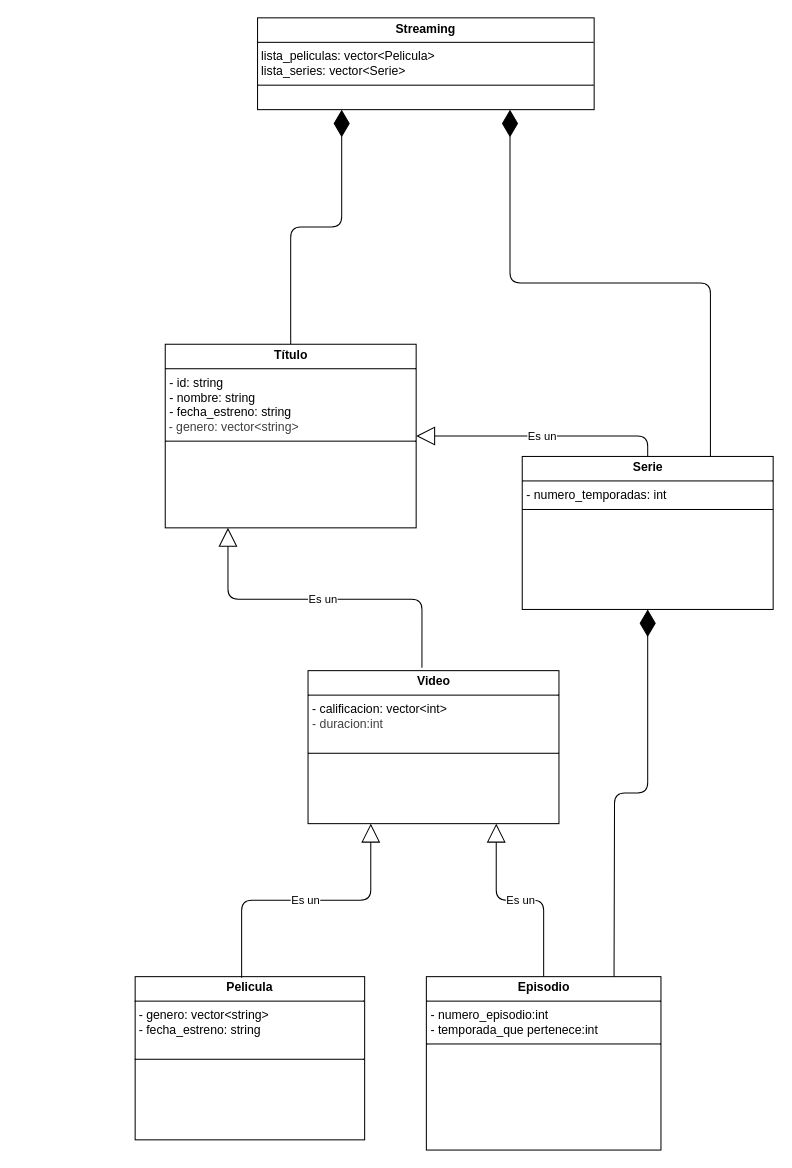
This is integrador-JuanManuelSanchezVelazquez-main/SegundaEntrega/version2.drawio from A01802469/Proyecto-POO, a draw.io file, before an edit. Source tidied: cells renumbered, new cells numbered last; positions are measured from the earlier drawing's top-left corner, leaving out a move shared by most shapes. Both pictures are drawn from the tidied source at 102%, with x=0, y=0 at pixel (135, 17).
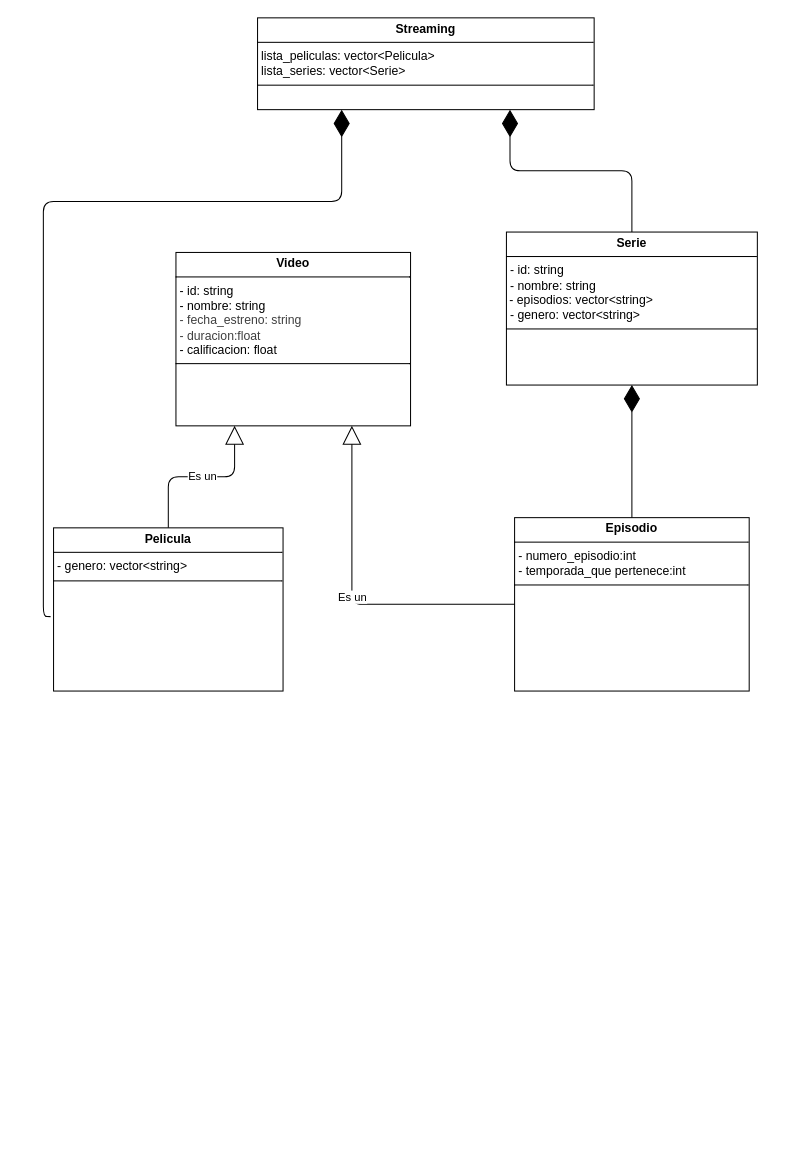
The same page after the edit.

Commit message:
Entrega 2 (listo)

The edit, as a diff of the source:
```diff
@@
 <mxGraphModel>
   <root>
     <mxCell id="0" />
     <mxCell id="1" parent="0" />
     <mxCell id="2" value="&lt;p style=&quot;margin:0px;margin-top:4px;text-align:center;&quot;&gt;&lt;b&gt;Streaming&lt;/b&gt;&lt;/p&gt;&lt;hr size=&quot;1&quot; style=&quot;border-style:solid;&quot;&gt;&lt;p style=&quot;margin:0px;margin-left:4px;&quot;&gt;lista_peliculas: vector&amp;lt;Pelicula&amp;gt;&lt;/p&gt;&lt;p style=&quot;margin:0px;margin-left:4px;&quot;&gt;lista_series: vector&amp;lt;Serie&amp;gt;&lt;/p&gt;&lt;hr size=&quot;1&quot; style=&quot;border-style:solid;&quot;&gt;&lt;p style=&quot;margin:0px;margin-left:4px;&quot;&gt;&lt;br&gt;&lt;/p&gt;" style="verticalAlign=top;align=left;overflow=fill;html=1;whiteSpace=wrap;" parent="1" vertex="1">
       <mxGeometry x="120" width="330" height="90" as="geometry" />
     </mxCell>
-    <mxCell id="3" value="&lt;p style=&quot;margin:0px;margin-top:4px;text-align:center;&quot;&gt;&lt;b&gt;Serie&lt;/b&gt;&lt;/p&gt;&lt;hr size=&quot;1&quot; style=&quot;border-style:solid;&quot;&gt;&lt;p style=&quot;margin: 0px 0px 0px 4px;&quot;&gt;&lt;span style=&quot;background-color: transparent;&quot;&gt;- numero_temporadas: int&lt;/span&gt;&lt;/p&gt;&lt;div&gt;&lt;p style=&quot;margin: 0px 0px 0px 4px;&quot;&gt;&lt;span style=&quot;color: rgb(63, 63, 63);&quot;&gt;&lt;/span&gt;&lt;/p&gt;&lt;hr size=&quot;1&quot; style=&quot;border-style:solid;&quot;&gt;&lt;p style=&quot;margin:0px;margin-left:4px;&quot;&gt;&lt;br&gt;&lt;/p&gt;&lt;/div&gt;" style="verticalAlign=top;align=left;overflow=fill;html=1;whiteSpace=wrap;" parent="1" vertex="1">
-      <mxGeometry x="379.5" y="430" width="246" height="150" as="geometry" />
-    </mxCell>
-    <mxCell id="4" value="&lt;p style=&quot;margin:0px;margin-top:4px;text-align:center;&quot;&gt;&lt;b&gt;Pelicula&lt;/b&gt;&lt;/p&gt;&lt;hr size=&quot;1&quot; style=&quot;border-style:solid;&quot;&gt;&lt;p style=&quot;margin: 0px 0px 0px 4px;&quot;&gt;&lt;span style=&quot;background-color: transparent;&quot;&gt;- genero: vector&amp;lt;string&amp;gt;&lt;/span&gt;&lt;/p&gt;&lt;p style=&quot;margin: 0px 0px 0px 4px;&quot;&gt;&lt;span style=&quot;background-color: transparent;&quot;&gt;- fecha_estreno: string&lt;/span&gt;&lt;/p&gt;&lt;p style=&quot;margin: 0px 0px 0px 4px;&quot;&gt;&lt;br&gt;&lt;/p&gt;&lt;hr size=&quot;1&quot; style=&quot;border-style:solid;&quot;&gt;&lt;p style=&quot;margin:0px;margin-left:4px;&quot;&gt;&lt;br&gt;&lt;/p&gt;" style="verticalAlign=top;align=left;overflow=fill;html=1;whiteSpace=wrap;" parent="1" vertex="1">
-      <mxGeometry y="940" width="225" height="160" as="geometry" />
-    </mxCell>
+    <mxCell id="15" value="&lt;p style=&quot;margin:0px;margin-top:4px;text-align:center;&quot;&gt;&lt;b&gt;Serie&lt;/b&gt;&lt;/p&gt;&lt;hr size=&quot;1&quot; style=&quot;border-style:solid;&quot;&gt;&lt;p style=&quot;margin: 0px 0px 0px 4px;&quot;&gt;- id: string&lt;/p&gt;&lt;p style=&quot;margin: 0px 0px 0px 4px;&quot;&gt;- nombre: string&lt;/p&gt;&amp;nbsp;- episodios: vector&amp;lt;string&amp;gt;&lt;div&gt;&lt;p style=&quot;margin: 0px 0px 0px 4px;&quot;&gt;- genero: vector&amp;lt;string&amp;gt;&lt;/p&gt;&lt;p style=&quot;margin: 0px 0px 0px 4px;&quot;&gt;&lt;span style=&quot;color: rgb(63, 63, 63);&quot;&gt;&lt;/span&gt;&lt;/p&gt;&lt;hr size=&quot;1&quot; style=&quot;border-style:solid;&quot;&gt;&lt;p style=&quot;margin:0px;margin-left:4px;&quot;&gt;&lt;br&gt;&lt;/p&gt;&lt;/div&gt;" style="verticalAlign=top;align=left;overflow=fill;html=1;whiteSpace=wrap;" parent="1" vertex="1">
+      <mxGeometry x="364" y="210" width="246" height="150" as="geometry" />
+    </mxCell>
+    <mxCell id="16" value="&lt;p style=&quot;margin:0px;margin-top:4px;text-align:center;&quot;&gt;&lt;b&gt;Pelicula&lt;/b&gt;&lt;/p&gt;&lt;hr size=&quot;1&quot; style=&quot;border-style:solid;&quot;&gt;&lt;p style=&quot;margin: 0px 0px 0px 4px;&quot;&gt;&lt;span style=&quot;background-color: transparent;&quot;&gt;- genero: vector&amp;lt;string&amp;gt;&lt;/span&gt;&lt;/p&gt;&lt;hr size=&quot;1&quot; style=&quot;border-style:solid;&quot;&gt;&lt;p style=&quot;margin:0px;margin-left:4px;&quot;&gt;&lt;br&gt;&lt;/p&gt;" style="verticalAlign=top;align=left;overflow=fill;html=1;whiteSpace=wrap;" parent="1" vertex="1">
+      <mxGeometry x="-80" y="500" width="225" height="160" as="geometry" />
+    </mxCell>
     <mxCell id="5" value="&lt;p style=&quot;margin:0px;margin-top:4px;text-align:center;&quot;&gt;&lt;b&gt;Episodio&lt;/b&gt;&lt;/p&gt;&lt;hr size=&quot;1&quot; style=&quot;border-style:solid;&quot;&gt;&lt;p style=&quot;margin:0px;margin-left:4px;&quot;&gt;&lt;span style=&quot;background-color: transparent;&quot;&gt;- numero_episodio:int&lt;/span&gt;&lt;/p&gt;&lt;p style=&quot;margin:0px;margin-left:4px;&quot;&gt;- temporada_que pertenece:int&lt;/p&gt;&lt;hr size=&quot;1&quot; style=&quot;border-style:solid;&quot;&gt;&lt;p style=&quot;margin:0px;margin-left:4px;&quot;&gt;&lt;br&gt;&lt;/p&gt;" style="verticalAlign=top;align=left;overflow=fill;html=1;whiteSpace=wrap;" parent="1" vertex="1">
-      <mxGeometry x="285.5" y="940" width="230" height="170" as="geometry" />
+      <mxGeometry x="372" y="490" width="230" height="170" as="geometry" />
     </mxCell>
-    <mxCell id="6" value="Es un" style="endArrow=block;endSize=16;endFill=0;html=1;edgeStyle=orthogonalEdgeStyle;exitX=0.5;exitY=0;exitDx=0;exitDy=0;entryX=0.75;entryY=1;entryDx=0;entryDy=0;" parent="1" edge="1" source="5" target="7">
-      <mxGeometry relative="1" as="geometry" />
-    </mxCell>
-    <mxCell id="7" value="&lt;p style=&quot;margin:0px;margin-top:4px;text-align:center;&quot;&gt;&lt;b&gt;Video&lt;/b&gt;&lt;/p&gt;&lt;hr size=&quot;1&quot; style=&quot;border-style:solid;&quot;&gt;&lt;p style=&quot;margin: 0px 0px 0px 4px;&quot;&gt;&lt;span style=&quot;background-color: transparent;&quot;&gt;- calificacion: vector&amp;lt;int&amp;gt;&lt;/span&gt;&lt;/p&gt;&lt;p style=&quot;margin: 0px 0px 0px 4px;&quot;&gt;&lt;span style=&quot;color: rgb(63, 63, 63);&quot;&gt;- duracion:int&lt;/span&gt;&lt;/p&gt;&lt;div&gt;&lt;br&gt;&lt;/div&gt;&lt;div&gt;&lt;p style=&quot;margin: 0px 0px 0px 4px;&quot;&gt;&lt;span style=&quot;color: rgb(63, 63, 63);&quot;&gt;&lt;/span&gt;&lt;/p&gt;&lt;hr size=&quot;1&quot; style=&quot;border-style:solid;&quot;&gt;&lt;p style=&quot;margin:0px;margin-left:4px;&quot;&gt;&lt;br&gt;&lt;/p&gt;&lt;/div&gt;" style="verticalAlign=top;align=left;overflow=fill;html=1;whiteSpace=wrap;" parent="1" vertex="1">
-      <mxGeometry x="169.5" y="640" width="246" height="150" as="geometry" />
-    </mxCell>
-    <mxCell id="8" value="&lt;p style=&quot;margin:0px;margin-top:4px;text-align:center;&quot;&gt;&lt;b&gt;Título&lt;/b&gt;&lt;/p&gt;&lt;hr size=&quot;1&quot; style=&quot;border-style:solid;&quot;&gt;&lt;p style=&quot;margin: 0px 0px 0px 4px;&quot;&gt;- id: string&lt;/p&gt;&lt;p style=&quot;margin: 0px 0px 0px 4px;&quot;&gt;- nombre: string&lt;/p&gt;&lt;p style=&quot;margin: 0px 0px 0px 4px;&quot;&gt;&lt;span style=&quot;color: rgb(63, 63, 63);&quot;&gt;&lt;/span&gt;&lt;/p&gt;&lt;p style=&quot;margin: 0px 0px 0px 4px;&quot;&gt;&lt;span style=&quot;background-color: transparent;&quot;&gt;- fecha_estreno: string&lt;/span&gt;&lt;/p&gt;&lt;div&gt;&lt;span style=&quot;color: rgb(63, 63, 63);&quot;&gt;&amp;nbsp;- genero: vector&amp;lt;string&amp;gt;&lt;/span&gt;&lt;/div&gt;&lt;div&gt;&lt;p style=&quot;margin: 0px 0px 0px 4px;&quot;&gt;&lt;span style=&quot;color: rgb(63, 63, 63);&quot;&gt;&lt;/span&gt;&lt;/p&gt;&lt;hr size=&quot;1&quot; style=&quot;border-style:solid;&quot;&gt;&lt;p style=&quot;margin:0px;margin-left:4px;&quot;&gt;&lt;br&gt;&lt;/p&gt;&lt;/div&gt;" style="verticalAlign=top;align=left;overflow=fill;html=1;whiteSpace=wrap;" parent="1" vertex="1">
-      <mxGeometry x="29.5" y="320" width="246" height="180" as="geometry" />
-    </mxCell>
-    <mxCell id="9" value="Es un" style="endArrow=block;endSize=16;endFill=0;html=1;edgeStyle=orthogonalEdgeStyle;exitX=0.464;exitY=0.006;exitDx=0;exitDy=0;entryX=0.25;entryY=1;entryDx=0;entryDy=0;exitPerimeter=0;" parent="1" edge="1" source="4" target="7">
-      <mxGeometry relative="1" as="geometry" />
-    </mxCell>
-    <mxCell id="10" value="Es un" style="endArrow=block;endSize=16;endFill=0;html=1;exitX=0.454;exitY=-0.019;exitDx=0;exitDy=0;exitPerimeter=0;entryX=0.25;entryY=1;entryDx=0;entryDy=0;edgeStyle=orthogonalEdgeStyle;" parent="1" edge="1" source="7" target="8">
-      <mxGeometry relative="1" as="geometry" />
-    </mxCell>
-    <mxCell id="11" style="endArrow=diamondThin;endFill=1;endSize=24;html=1;entryX=0.5;entryY=1;entryDx=0;entryDy=0;edgeStyle=orthogonalEdgeStyle;" parent="1" edge="1" target="3">
-      <mxGeometry relative="1" as="geometry">
-        <mxPoint x="469.5" y="940" as="sourcePoint" />
-      </mxGeometry>
-    </mxCell>
-    <mxCell id="12" value="Es un" style="endArrow=block;endSize=16;endFill=0;html=1;exitX=0.5;exitY=0;exitDx=0;exitDy=0;entryX=1;entryY=0.5;entryDx=0;entryDy=0;edgeStyle=orthogonalEdgeStyle;" parent="1" edge="1" source="3" target="8">
-      <mxGeometry relative="1" as="geometry" />
-    </mxCell>
-    <mxCell id="13" style="endArrow=diamondThin;endFill=1;endSize=24;html=1;exitX=0.75;exitY=0;exitDx=0;exitDy=0;entryX=0.75;entryY=1;entryDx=0;entryDy=0;edgeStyle=orthogonalEdgeStyle;" parent="1" edge="1" source="3" target="2">
-      <mxGeometry relative="1" as="geometry" />
-    </mxCell>
-    <mxCell id="14" style="endArrow=diamondThin;endFill=1;endSize=24;html=1;exitX=0.5;exitY=0;exitDx=0;exitDy=0;entryX=0.25;entryY=1;entryDx=0;entryDy=0;edgeStyle=orthogonalEdgeStyle;" parent="1" edge="1" source="8" target="2">
-      <mxGeometry relative="1" as="geometry" />
-    </mxCell>
+    <mxCell id="17" style="endArrow=diamondThin;endFill=1;endSize=24;html=1;entryX=0.25;entryY=1;entryDx=0;entryDy=0;exitX=-0.013;exitY=0.544;exitDx=0;exitDy=0;edgeStyle=orthogonalEdgeStyle;exitPerimeter=0;" parent="1" edge="1" source="16" target="2">
+      <mxGeometry relative="1" as="geometry">
+        <Array as="points">
+          <mxPoint x="-90" y="587" />
+          <mxPoint x="-90" y="180" />
+          <mxPoint x="203" y="180" />
+        </Array>
+      </mxGeometry>
+    </mxCell>
+    <mxCell id="18" style="endArrow=diamondThin;endFill=1;endSize=24;html=1;entryX=0.75;entryY=1;entryDx=0;entryDy=0;exitX=0.5;exitY=0;exitDx=0;exitDy=0;edgeStyle=orthogonalEdgeStyle;" parent="1" edge="1" source="15" target="2">
+      <mxGeometry relative="1" as="geometry" />
+    </mxCell>
+    <mxCell id="19" style="endArrow=diamondThin;endFill=1;endSize=24;html=1;entryX=0.5;entryY=1;entryDx=0;entryDy=0;exitX=0.5;exitY=0;exitDx=0;exitDy=0;" parent="1" edge="1" source="5" target="15">
+      <mxGeometry relative="1" as="geometry" />
+    </mxCell>
+    <mxCell id="20" value="&lt;p style=&quot;margin:0px;margin-top:4px;text-align:center;&quot;&gt;&lt;b&gt;Video&lt;/b&gt;&lt;/p&gt;&lt;hr size=&quot;1&quot; style=&quot;border-style:solid;&quot;&gt;&lt;p style=&quot;margin:0px;margin-left:4px;&quot;&gt;- id: string&lt;/p&gt;&lt;p style=&quot;margin:0px;margin-left:4px;&quot;&gt;- nombre: string&lt;/p&gt;&lt;p style=&quot;margin:0px;margin-left:4px;&quot;&gt;&lt;span style=&quot;color: rgb(63, 63, 63);&quot;&gt;&lt;span style=&quot;color: rgb(63, 63, 63);&quot;&gt;- fecha_estreno: string&lt;/span&gt;&lt;/span&gt;&lt;/p&gt;&lt;p style=&quot;margin:0px;margin-left:4px;&quot;&gt;&lt;span style=&quot;color: rgb(63, 63, 63);&quot;&gt;- duracion:float&lt;/span&gt;&lt;/p&gt;&lt;p style=&quot;margin: 0px 0px 0px 4px;&quot;&gt;&lt;span style=&quot;background-color: transparent;&quot;&gt;- calificacion: float&lt;/span&gt;&lt;/p&gt;&lt;hr size=&quot;1&quot; style=&quot;border-style:solid;&quot;&gt;&lt;p style=&quot;margin:0px;margin-left:4px;&quot;&gt;&lt;br&gt;&lt;/p&gt;" style="verticalAlign=top;align=left;overflow=fill;html=1;whiteSpace=wrap;" parent="1" vertex="1">
+      <mxGeometry x="40" y="230" width="230" height="170" as="geometry" />
+    </mxCell>
+    <mxCell id="21" value="Es un" style="endArrow=block;endSize=16;endFill=0;html=1;exitX=0.5;exitY=0;exitDx=0;exitDy=0;entryX=0.25;entryY=1;entryDx=0;entryDy=0;edgeStyle=orthogonalEdgeStyle;" parent="1" edge="1" source="16" target="20">
+      <mxGeometry relative="1" as="geometry" />
+    </mxCell>
+    <mxCell id="22" value="Es un" style="endArrow=block;endSize=16;endFill=0;html=1;exitX=0;exitY=0.5;exitDx=0;exitDy=0;entryX=0.75;entryY=1;entryDx=0;entryDy=0;edgeStyle=orthogonalEdgeStyle;" parent="1" edge="1" source="5" target="20">
+      <mxGeometry relative="1" as="geometry" />
+    </mxCell>
   </root>
 </mxGraphModel>
```
